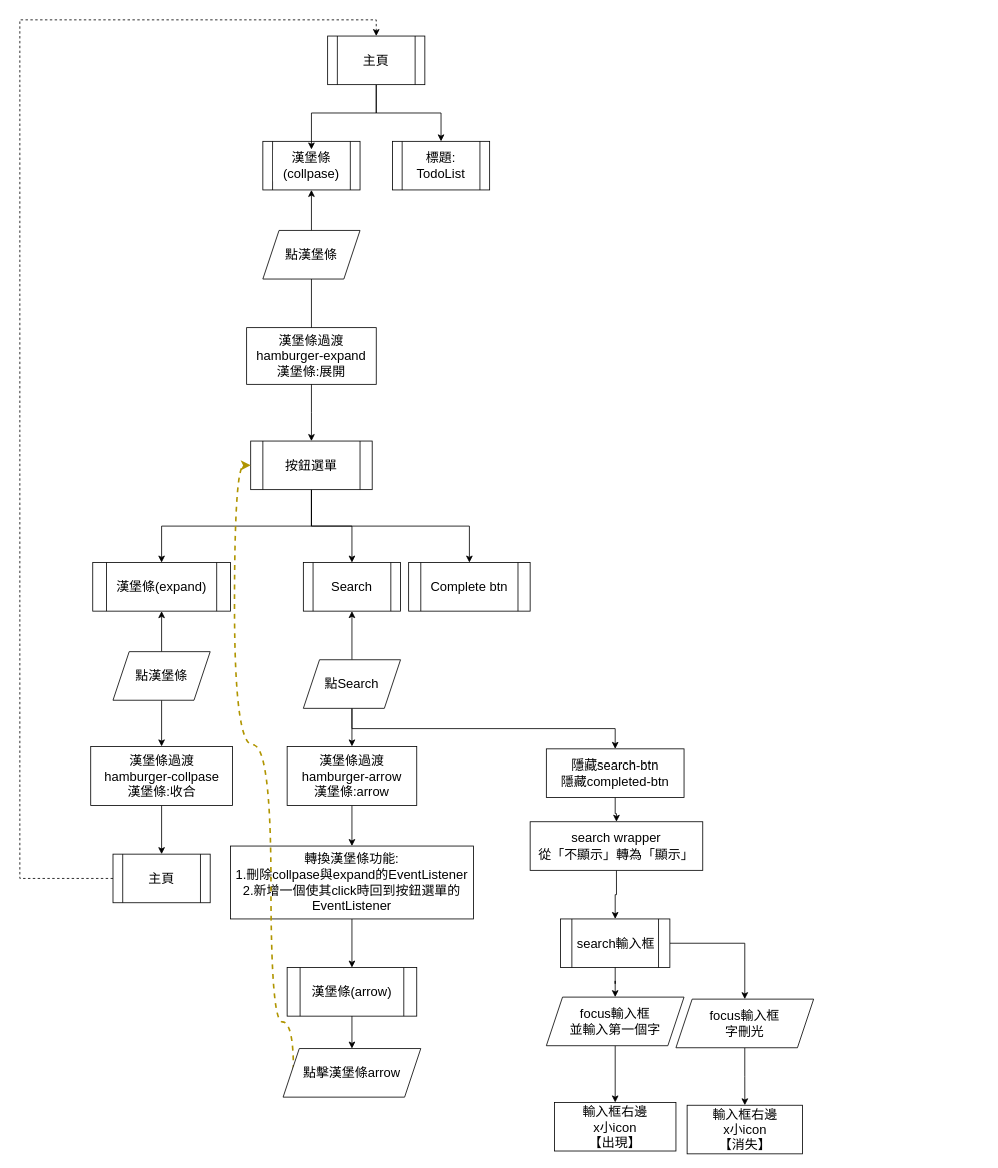
Above: TodoList V2 Tailwind流程圖.drawio in crecpz/TodoList-V2-Tailwind (draw.io), before the change. Source tidied: cells renumbered, new cells numbered last; positions are measured from the earlier drawing's top-left corner, leaving out a move shared by most shapes. Both pictures are drawn from the tidied source at 81%, with x=0, y=0 at pixel (19, 19).
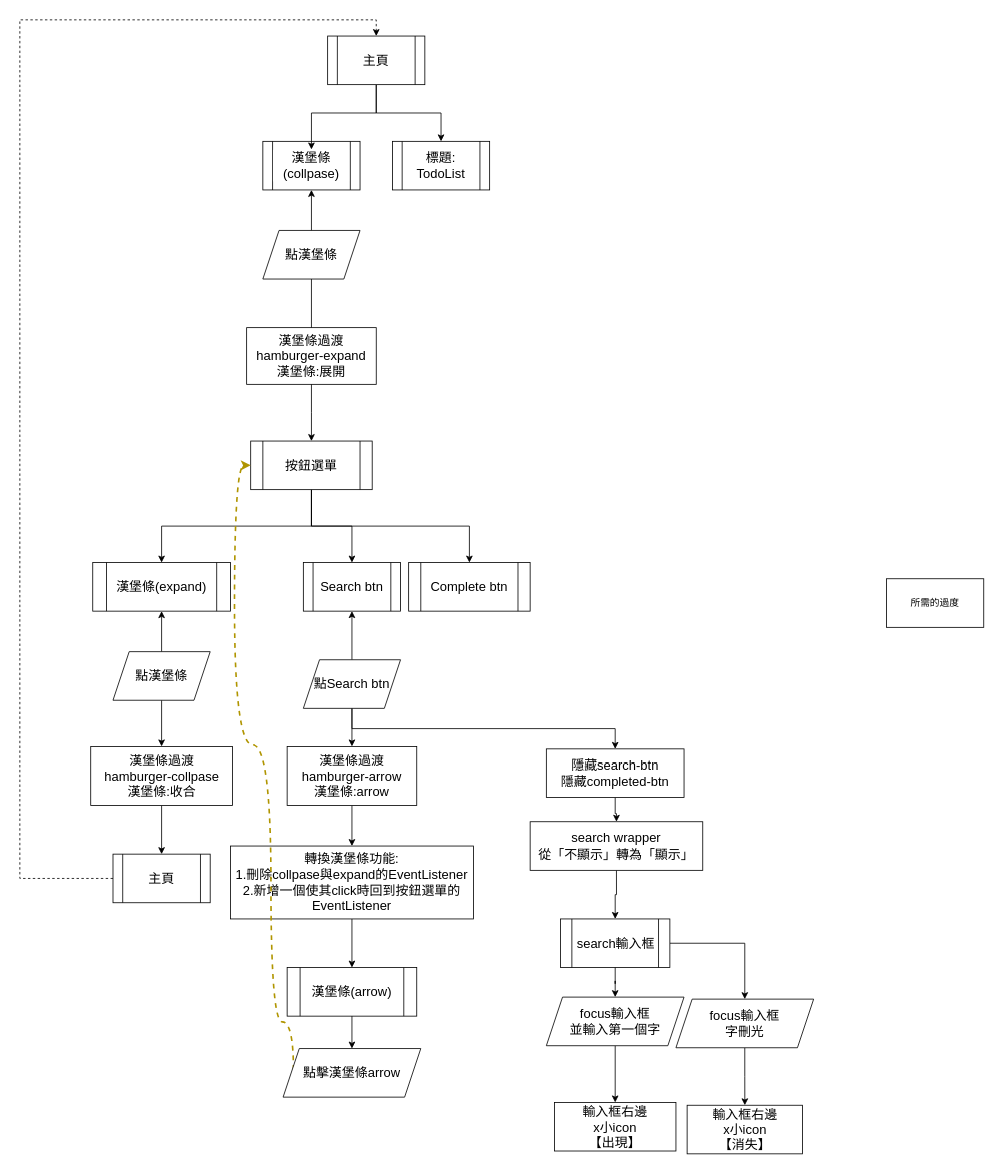
The same page after the edit.

Diff of the diagram source:
```diff
@@
-    <mxCell id="9" value="Search" style="shape=process;whiteSpace=wrap;html=1;backgroundOutline=1;fontFamily=Helvetica;fontSize=16;fontColor=default;align=center;strokeColor=default;fillColor=default;" parent="1" vertex="1">
+    <mxCell id="9" value="Search btn" style="shape=process;whiteSpace=wrap;html=1;backgroundOutline=1;fontFamily=Helvetica;fontSize=16;fontColor=default;align=center;strokeColor=default;fillColor=default;" parent="1" vertex="1">
       <mxGeometry x="350" y="670" width="120" height="60" as="geometry" />
     </mxCell>
@@
-    <mxCell id="29" value="點Search" style="shape=parallelogram;perimeter=parallelogramPerimeter;whiteSpace=wrap;html=1;fixedSize=1;fontFamily=Helvetica;fontSize=16;fontColor=default;strokeColor=default;fillColor=default;" parent="1" vertex="1">
+    <mxCell id="29" value="點Search btn" style="shape=parallelogram;perimeter=parallelogramPerimeter;whiteSpace=wrap;html=1;fixedSize=1;fontFamily=Helvetica;fontSize=16;fontColor=default;strokeColor=default;fillColor=default;" parent="1" vertex="1">
       <mxGeometry x="350" y="790" width="120" height="60" as="geometry" />
     </mxCell>
@@
+    <mxCell id="51" value="所需的過度" style="rounded=0;whiteSpace=wrap;html=1;" parent="1" vertex="1">
+      <mxGeometry x="1070" y="690" width="120" height="60" as="geometry" />
+    </mxCell>
```
